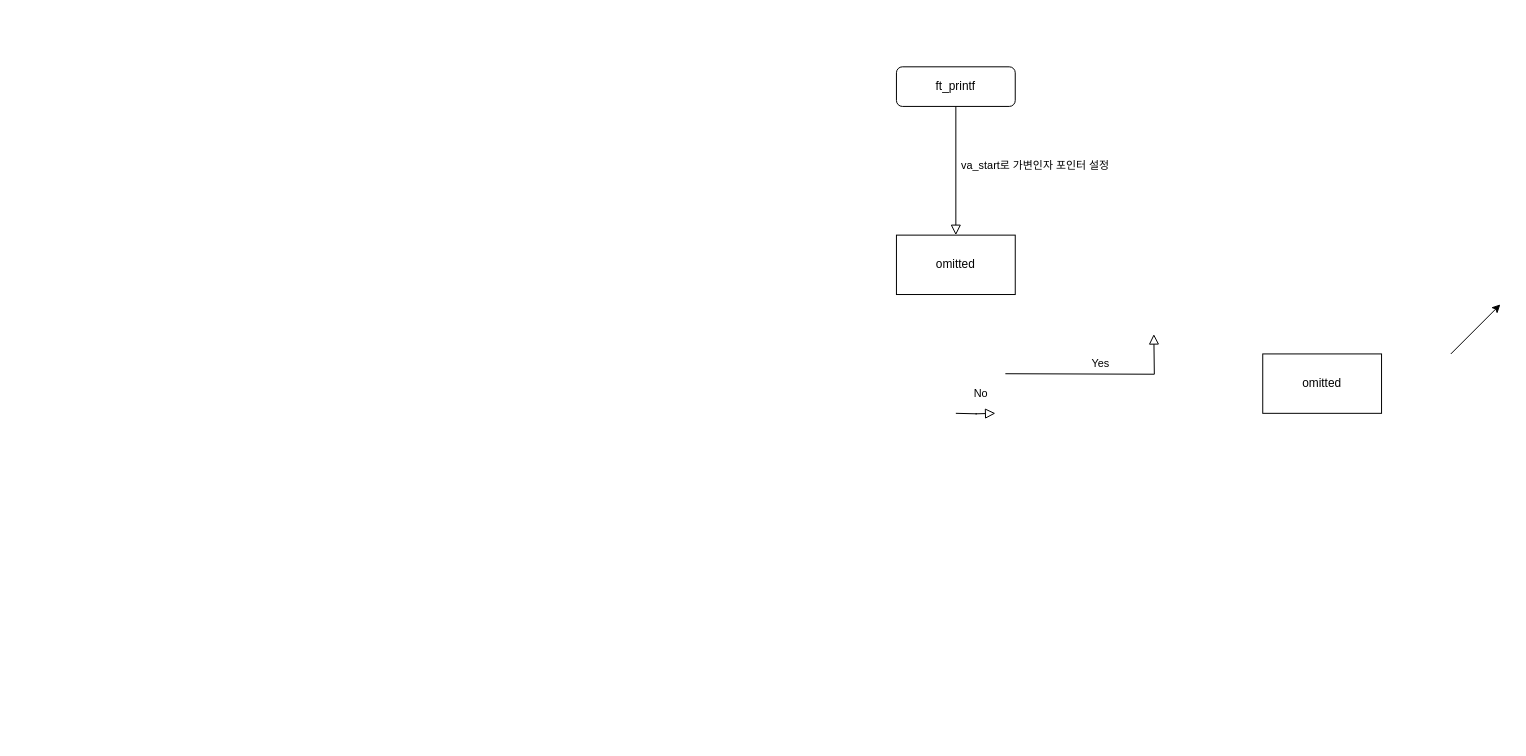
This is ft_printf.drawio from DagonLee/c_printf, a draw.io file, before an edit. Source tidied: cells renumbered, new cells numbered last; positions are measured from the earlier drawing's top-left corner, leaving out a move shared by most shapes. Both pictures are drawn from the tidied source at 99%, with x=0, y=0 at pixel (896, 66).
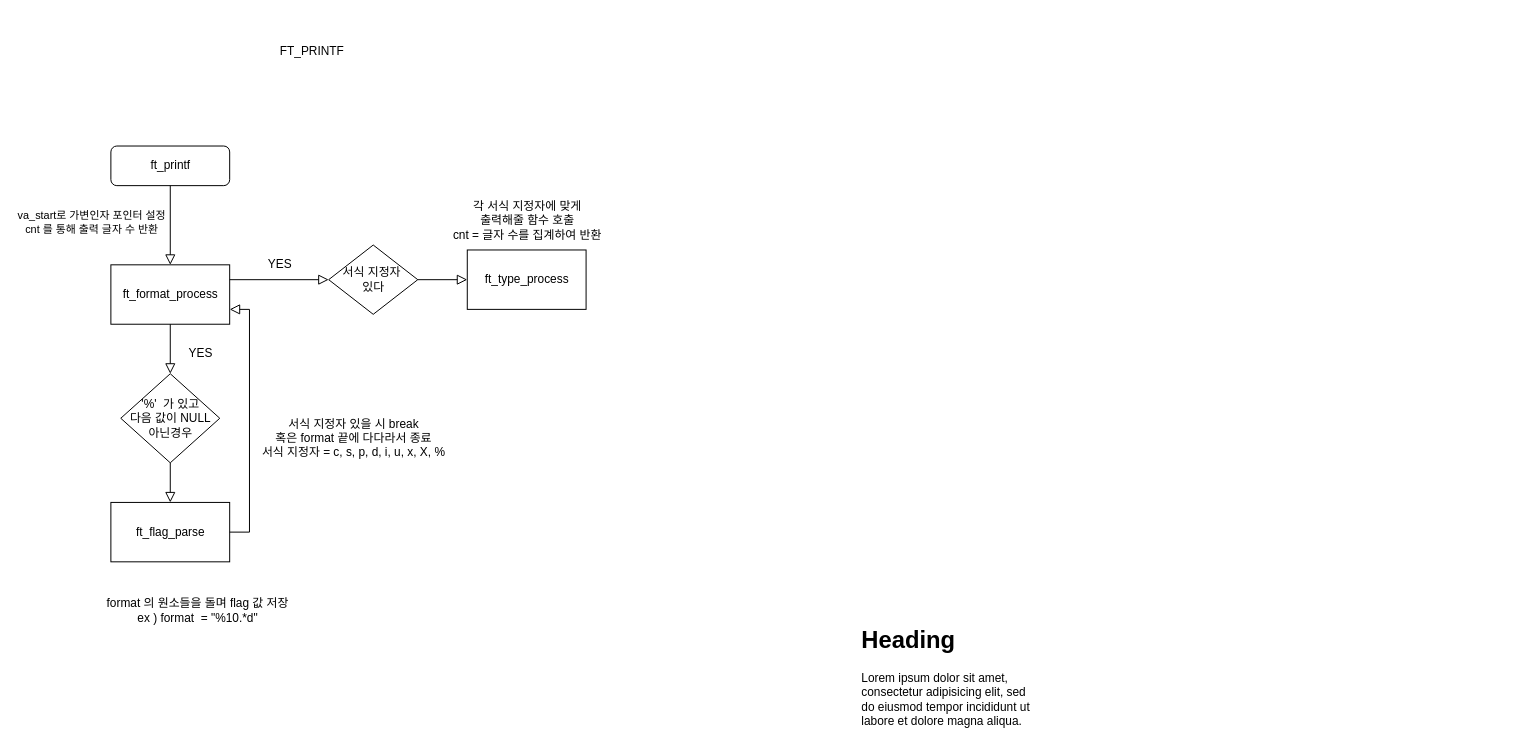
Above is the later version.

Diff of the diagram source:
```diff
@@
+    <mxCell id="9" value="&lt;h1&gt;Heading&lt;/h1&gt;&lt;p&gt;Lorem ipsum dolor sit amet, consectetur adipisicing elit, sed do eiusmod tempor incididunt ut labore et dolore magna aliqua.&lt;/p&gt;" style="text;html=1;strokeColor=none;fillColor=none;spacing=5;spacingTop=-20;whiteSpace=wrap;overflow=hidden;rounded=0;" parent="1" vertex="1">
+      <mxGeometry x="-40" y="560" width="190" height="120" as="geometry" />
+    </mxCell>
+    <mxCell id="10" style="group;" parent="1" vertex="1">
+      <mxGeometry x="-800" y="80" width="506.5" height="504" as="geometry" />
+    </mxCell>
+    <mxCell id="11" value="format 의 원소들을 돌며 flag 값 저장 &lt;br&gt;ex ) format&amp;nbsp; = &quot;%10.*d&quot;" style="text;html=1;strokeColor=none;fillColor=none;align=center;verticalAlign=middle;whiteSpace=wrap;rounded=0;" parent="10" vertex="1">
+      <mxGeometry y="434" width="189" height="70" as="geometry" />
+    </mxCell>
+    <mxCell id="12" style="group;" parent="10" vertex="1">
+      <mxGeometry x="6.5" width="500" height="420" as="geometry" />
+    </mxCell>
-    <mxCell id="2" value="ft_printf" style="rounded=1;whiteSpace=wrap;html=1;fontSize=12;glass=0;strokeWidth=1;shadow=0;" parent="1" vertex="1">
+    <mxCell id="2" value="ft_printf" style="rounded=1;whiteSpace=wrap;html=1;fontSize=12;glass=0;strokeWidth=1;shadow=0;" parent="12" vertex="1">
       <mxGeometry width="120" height="40" as="geometry" />
     </mxCell>
-    <mxCell id="3" value="va_start로 가변인자 포인터 설정" style="edgeStyle=orthogonalEdgeStyle;rounded=0;html=1;jettySize=auto;fontSize=11;endArrow=block;endFill=0;endSize=8;strokeWidth=1;shadow=0;labelBackgroundColor=none;exitX=0.5;exitY=1;exitDx=0;exitDy=0;entryX=0.5;entryY=0;entryDx=0;entryDy=0;" parent="1" edge="1" source="2" target="6">
-      <mxGeometry x="-0.08" y="80" relative="1" as="geometry" />
+    <mxCell id="3" value="va_start로 가변인자 포인터 설정&lt;br&gt;cnt 를 통해 출력 글자 수 반환" style="edgeStyle=orthogonalEdgeStyle;rounded=0;html=1;jettySize=auto;fontSize=11;endArrow=block;endFill=0;endSize=8;strokeWidth=1;shadow=0;labelBackgroundColor=none;exitX=0.5;exitY=1;exitDx=0;exitDy=0;entryX=0.5;entryY=0;entryDx=0;entryDy=0;" parent="12" edge="1" source="2" target="6">
+      <mxGeometry x="-0.08" y="-80" relative="1" as="geometry" />
     </mxCell>
-    <mxCell id="4" value="No" style="rounded=0;html=1;jettySize=auto;orthogonalLoop=1;fontSize=11;endArrow=block;endFill=0;endSize=8;strokeWidth=1;shadow=0;labelBackgroundColor=none;edgeStyle=orthogonalEdgeStyle;" parent="1" edge="1">
-      <mxGeometry x="0.33" y="20" relative="1" as="geometry">
-        <mxPoint x="60" y="350" as="sourcePoint" />
-        <mxPoint x="100" y="350" as="targetPoint" />
-      </mxGeometry>
-    </mxCell>
-    <mxCell id="5" value="Yes" style="edgeStyle=orthogonalEdgeStyle;rounded=0;html=1;jettySize=auto;orthogonalLoop=1;fontSize=11;endArrow=block;endFill=0;endSize=8;strokeWidth=1;shadow=0;labelBackgroundColor=none;" parent="1" edge="1">
-      <mxGeometry y="10" relative="1" as="geometry">
-        <mxPoint x="110" y="310" as="sourcePoint" />
-        <mxPoint x="260" y="270" as="targetPoint" />
-      </mxGeometry>
-    </mxCell>
-    <mxCell id="6" value="omitted" style="rounded=0;whiteSpace=wrap;html=1;" parent="1" vertex="1">
-      <mxGeometry y="170" width="120" height="60" as="geometry" />
+    <mxCell id="6" value="ft_format_process" style="rounded=0;whiteSpace=wrap;html=1;" parent="12" vertex="1">
+      <mxGeometry y="120" width="120" height="60" as="geometry" />
     </mxCell>
-    <mxCell id="7" value="omitted" style="rounded=0;whiteSpace=wrap;html=1;" parent="1" vertex="1">
-      <mxGeometry x="370" y="290" width="120" height="60" as="geometry" />
-    </mxCell>
-    <mxCell id="8" style="endArrow=classic;html=1;" parent="1" edge="1">
-      <mxGeometry relative="1" as="geometry">
-        <mxPoint x="560" y="290" as="sourcePoint" />
-        <mxPoint x="610" y="240" as="targetPoint" />
-      </mxGeometry>
-    </mxCell>
+    <mxCell id="13" value="ft_flag_parse" style="rounded=0;whiteSpace=wrap;html=1;" parent="12" vertex="1">
+      <mxGeometry y="360" width="120" height="60" as="geometry" />
+    </mxCell>
+    <mxCell id="14" value="'%'&amp;nbsp; 가 있고&lt;br&gt;다음 값이 NULL&lt;br&gt;아닌경우" style="rhombus;whiteSpace=wrap;html=1;" parent="12" vertex="1">
+      <mxGeometry x="10" y="230" width="100" height="90" as="geometry" />
+    </mxCell>
+    <mxCell id="15" style="edgeStyle=orthogonalEdgeStyle;rounded=0;html=1;jettySize=auto;fontSize=11;endArrow=block;endFill=0;endSize=8;strokeWidth=1;shadow=0;labelBackgroundColor=none;exitX=0.5;exitY=1;exitDx=0;exitDy=0;entryX=0.5;entryY=0;entryDx=0;entryDy=0;" parent="12" edge="1" source="6" target="14">
+      <mxGeometry x="-0.08" y="90" relative="1" as="geometry" />
+    </mxCell>
+    <mxCell id="16" style="edgeStyle=orthogonalEdgeStyle;rounded=0;html=1;jettySize=auto;fontSize=11;endArrow=block;endFill=0;endSize=8;strokeWidth=1;shadow=0;labelBackgroundColor=none;exitX=0.5;exitY=1;exitDx=0;exitDy=0;entryX=0.5;entryY=0;entryDx=0;entryDy=0;" parent="12" edge="1" source="14" target="13">
+      <mxGeometry x="-0.08" y="90" relative="1" as="geometry" />
+    </mxCell>
+    <mxCell id="17" value="서식 지정자 있을 시 break&lt;br&gt;혹은 format 끝에 다다라서 종료&lt;br&gt;서식 지정자 = c, s, p, d, i, u, x, X, %" style="text;html=1;strokeColor=none;fillColor=none;align=center;verticalAlign=middle;whiteSpace=wrap;rounded=0;" parent="12" vertex="1">
+      <mxGeometry x="140" y="270" width="210" height="50" as="geometry" />
+    </mxCell>
+    <mxCell id="18" style="edgeStyle=orthogonalEdgeStyle;rounded=0;html=1;jettySize=auto;fontSize=11;endArrow=block;endFill=0;endSize=8;strokeWidth=1;shadow=0;labelBackgroundColor=none;exitX=1;exitY=0.5;exitDx=0;exitDy=0;entryX=1;entryY=0.75;entryDx=0;entryDy=0;" parent="12" edge="1" source="13" target="6">
+      <mxGeometry x="-0.08" y="90" relative="1" as="geometry">
+        <Array as="points">
+          <mxPoint x="140" y="390" />
+          <mxPoint x="140" y="165" />
+        </Array>
+      </mxGeometry>
+    </mxCell>
+    <mxCell id="19" style="edgeStyle=orthogonalEdgeStyle;rounded=0;html=1;jettySize=auto;fontSize=11;endArrow=block;endFill=0;endSize=8;strokeWidth=1;shadow=0;labelBackgroundColor=none;exitX=1;exitY=0.25;exitDx=0;exitDy=0;entryX=0;entryY=0.5;entryDx=0;entryDy=0;" parent="12" edge="1" source="6" target="20">
+      <mxGeometry x="-0.08" y="90" relative="1" as="geometry" />
+    </mxCell>
+    <mxCell id="20" value="서식 지정자&amp;nbsp;&lt;br&gt;있다" style="rhombus;whiteSpace=wrap;html=1;" parent="12" vertex="1">
+      <mxGeometry x="220" y="100" width="90" height="70" as="geometry" />
+    </mxCell>
+    <mxCell id="21" value="YES" style="text;html=1;align=center;verticalAlign=middle;fillColor=none;strokeColor=none;rounded=0;" parent="12" vertex="1">
+      <mxGeometry x="70" y="200" width="40" height="20" as="geometry" />
+    </mxCell>
+    <mxCell id="22" value="YES" style="text;html=1;align=center;verticalAlign=middle;fillColor=none;strokeColor=none;rounded=0;" parent="12" vertex="1">
+      <mxGeometry x="150" y="110" width="40" height="20" as="geometry" />
+    </mxCell>
+    <mxCell id="23" value="ft_type_process" style="whiteSpace=wrap;html=1;" parent="12" vertex="1">
+      <mxGeometry x="360" y="105" width="120" height="60" as="geometry" />
+    </mxCell>
+    <mxCell id="24" style="edgeStyle=orthogonalEdgeStyle;rounded=0;html=1;jettySize=auto;fontSize=11;endArrow=block;endFill=0;endSize=8;strokeWidth=1;shadow=0;labelBackgroundColor=none;exitX=1;exitY=0.5;exitDx=0;exitDy=0;entryX=0;entryY=0.5;entryDx=0;entryDy=0;" parent="12" edge="1" source="20" target="23">
+      <mxGeometry x="-0.08" y="90" relative="1" as="geometry" />
+    </mxCell>
+    <mxCell id="25" value="각 서식 지정자에 맞게&lt;br&gt;출력해줄 함수 호출&lt;br&gt;cnt = 글자 수를 집계하여 반환" style="text;html=1;align=center;verticalAlign=middle;fillColor=none;strokeColor=none;rounded=0;" parent="12" vertex="1">
+      <mxGeometry x="340" y="50" width="160" height="50" as="geometry" />
+    </mxCell>
+    <mxCell id="26" value="FT_PRINTF" style="text;html=1;strokeColor=none;fillColor=none;align=center;verticalAlign=middle;whiteSpace=wrap;rounded=0;" parent="1" vertex="1">
+      <mxGeometry x="-700" y="-50" width="220" height="70" as="geometry" />
+    </mxCell>
```
